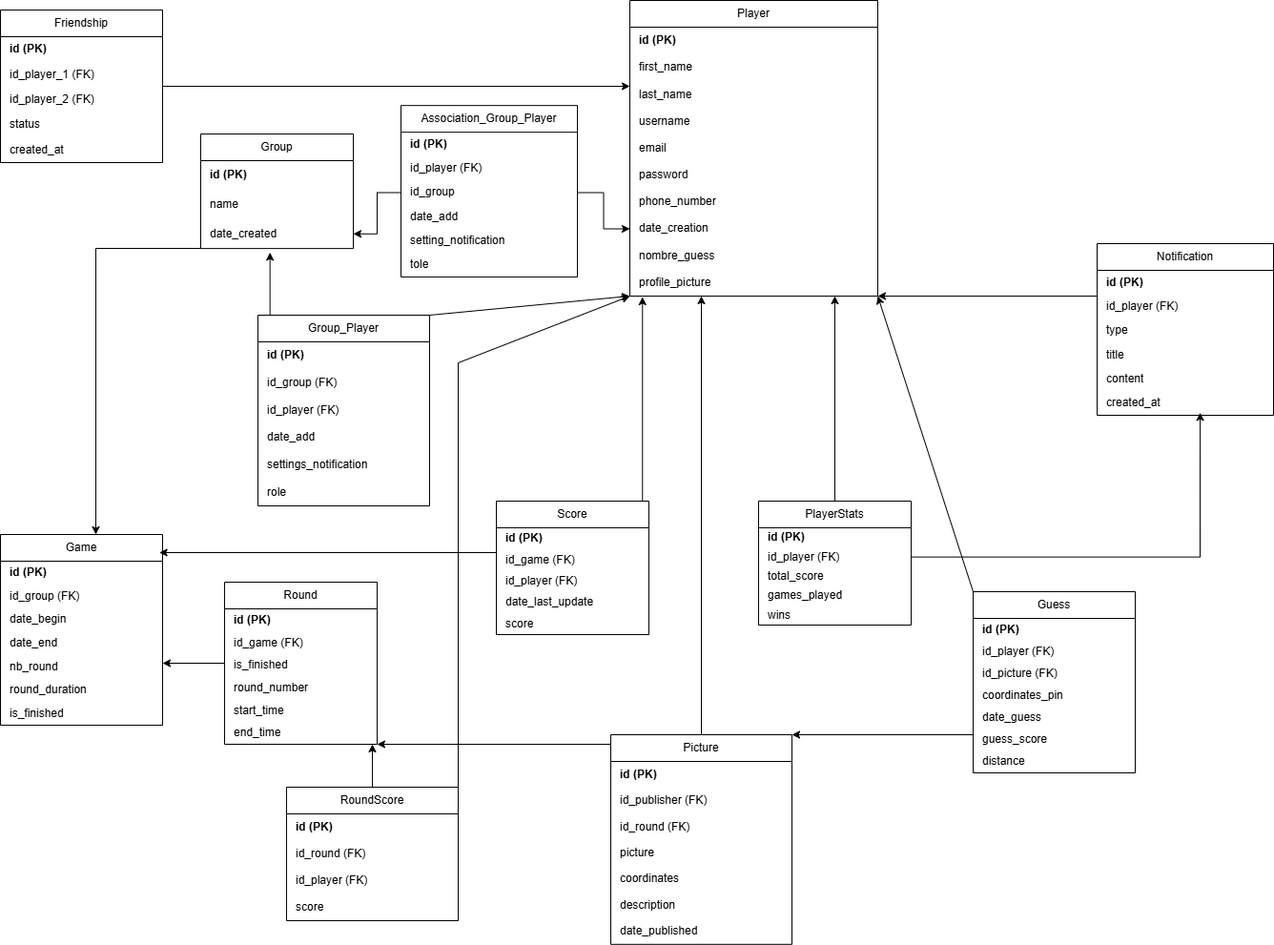
The draw.io diagram Documents/mld_final.drawio.png in LednuZ/SY43-android-app, before a commit. Source tidied: cells renumbered, new cells last; positions are measured from the earlier drawing's top-left corner, leaving out a move shared by most shapes.
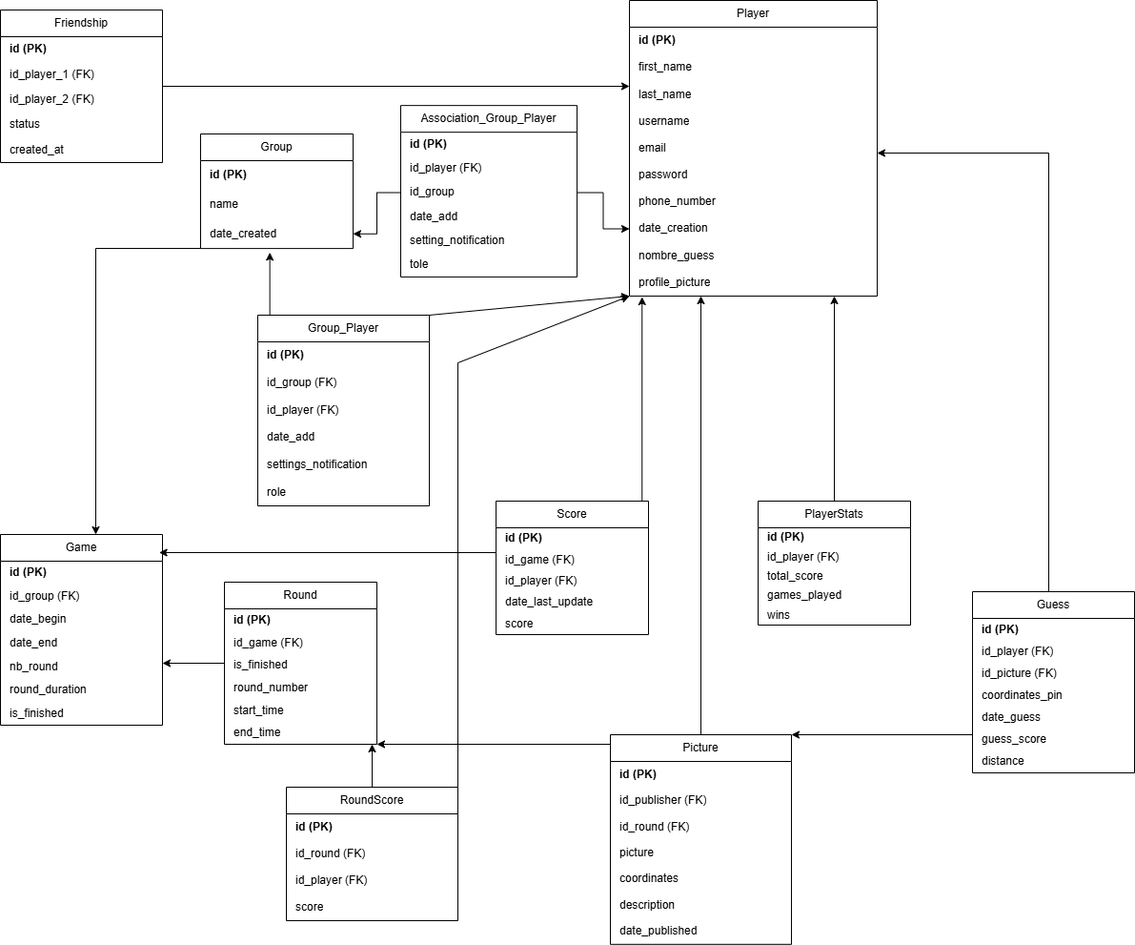
Later version of the same file.

The edit, as a diff of the source:
```diff
@@ -230,27 +230,6 @@
     <mxCell id="77" value="distance" style="text;strokeColor=none;fillColor=none;align=left;verticalAlign=middle;spacingLeft=8;spacingRight=4;overflow=hidden;whiteSpace=wrap;html=1;" parent="70" vertex="1">
       <mxGeometry y="166.9" width="170" height="23.1" as="geometry" />
     </mxCell>
-    <mxCell id="78" value="Notification" style="swimlane;fontStyle=0;horizontal=1;startSize=28;whiteSpace=wrap;html=1;fillColor=#ffffff;strokeColor=#000000;" parent="1" vertex="1">
-      <mxGeometry x="1150" y="255" width="185" height="180" as="geometry" />
-    </mxCell>
-    <mxCell id="79" value="id (PK)" style="text;strokeColor=none;fillColor=none;align=left;verticalAlign=middle;spacingLeft=8;spacingRight=4;overflow=hidden;whiteSpace=wrap;html=1;fontStyle=1;" parent="78" vertex="1">
-      <mxGeometry y="28" width="185" height="25.3" as="geometry" />
-    </mxCell>
-    <mxCell id="80" value="id_player (FK)" style="text;strokeColor=none;fillColor=none;align=left;verticalAlign=middle;spacingLeft=8;spacingRight=4;overflow=hidden;whiteSpace=wrap;html=1;" parent="78" vertex="1">
-      <mxGeometry y="53.3" width="185" height="25.3" as="geometry" />
-    </mxCell>
-    <mxCell id="81" value="type" style="text;strokeColor=none;fillColor=none;align=left;verticalAlign=middle;spacingLeft=8;spacingRight=4;overflow=hidden;whiteSpace=wrap;html=1;" parent="78" vertex="1">
-      <mxGeometry y="78.7" width="185" height="25.3" as="geometry" />
-    </mxCell>
-    <mxCell id="82" value="title" style="text;strokeColor=none;fillColor=none;align=left;verticalAlign=middle;spacingLeft=8;spacingRight=4;overflow=hidden;whiteSpace=wrap;html=1;" parent="78" vertex="1">
-      <mxGeometry y="104" width="185" height="25.3" as="geometry" />
-    </mxCell>
-    <mxCell id="83" value="content" style="text;strokeColor=none;fillColor=none;align=left;verticalAlign=middle;spacingLeft=8;spacingRight=4;overflow=hidden;whiteSpace=wrap;html=1;" parent="78" vertex="1">
-      <mxGeometry y="129.3" width="185" height="25.3" as="geometry" />
-    </mxCell>
-    <mxCell id="84" value="created_at" style="text;strokeColor=none;fillColor=none;align=left;verticalAlign=middle;spacingLeft=8;spacingRight=4;overflow=hidden;points=[];portConstraint=eastwest;whiteSpace=wrap;html=1;" parent="78" vertex="1">
-      <mxGeometry y="154.7" width="185" height="25.3" as="geometry" />
-    </mxCell>
     <mxCell id="85" style="endArrow=classic;html=1;rounded=0;jettySize=auto;orthogonal=1;strokeColor=#000000;endFill=1;" parent="1" edge="1" source="2" target="39">
       <mxGeometry relative="1" as="geometry">
         <Array as="points">
@@ -304,14 +283,15 @@
       <mxGeometry relative="1" as="geometry" />
     </mxCell>
     <mxCell id="97" style="endArrow=classic;html=1;rounded=0;jettySize=auto;orthogonal=1;strokeColor=#000000;endFill=1;" parent="1" edge="1" source="70" target="39">
-      <mxGeometry relative="1" as="geometry" />
+      <mxGeometry relative="1" as="geometry">
+        <Array as="points">
+          <mxPoint x="1100" y="160" />
+        </Array>
+      </mxGeometry>
     </mxCell>
     <mxCell id="98" style="endArrow=classic;html=1;rounded=0;jettySize=auto;orthogonal=1;strokeColor=#000000;endFill=1;" parent="1" edge="1" source="70" target="62">
       <mxGeometry relative="1" as="geometry" />
     </mxCell>
-    <mxCell id="99" style="endArrow=classic;html=1;rounded=0;jettySize=auto;orthogonal=1;strokeColor=#000000;endFill=1;" parent="1" edge="1" source="78" target="39">
-      <mxGeometry relative="1" as="geometry" />
-    </mxCell>
     <mxCell id="100" value="Association_Group_Player" style="swimlane;fontStyle=0;horizontal=1;startSize=28;whiteSpace=wrap;html=1;fillColor=#ffffff;strokeColor=#000000;" parent="1" vertex="1">
       <mxGeometry x="420" y="110.2" width="185" height="179.8" as="geometry" />
     </mxCell>
@@ -339,12 +319,5 @@
     <mxCell id="108" style="edgeStyle=orthogonalEdgeStyle;rounded=0;jettySize=auto;html=1;" parent="1" edge="1" source="103" target="47">
       <mxGeometry relative="1" as="geometry" />
     </mxCell>
-    <mxCell id="109" style="edgeStyle=orthogonalEdgeStyle;rounded=0;jettySize=auto;html=1;entryX=0.584;entryY=0.891;entryDx=0;entryDy=0;entryPerimeter=0;" parent="1" edge="1" source="58" target="84">
-      <mxGeometry relative="1" as="geometry">
-        <Array as="points">
-          <mxPoint x="1258" y="584" />
-        </Array>
-      </mxGeometry>
-    </mxCell>
   </root>
 </mxGraphModel>
```
